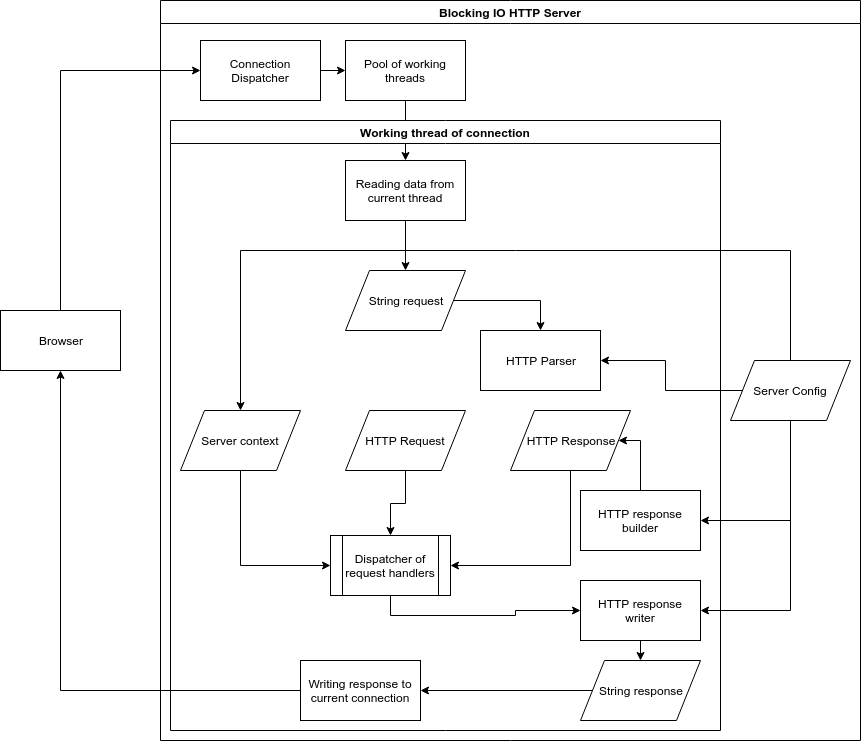
The draw.io diagram server_sheme.png in evgeniystavrov/SimpleHTTPServer, before a commit. Source tidied: cells renumbered, new cells last; positions are measured from the earlier drawing's top-left corner, leaving out a move shared by most shapes.
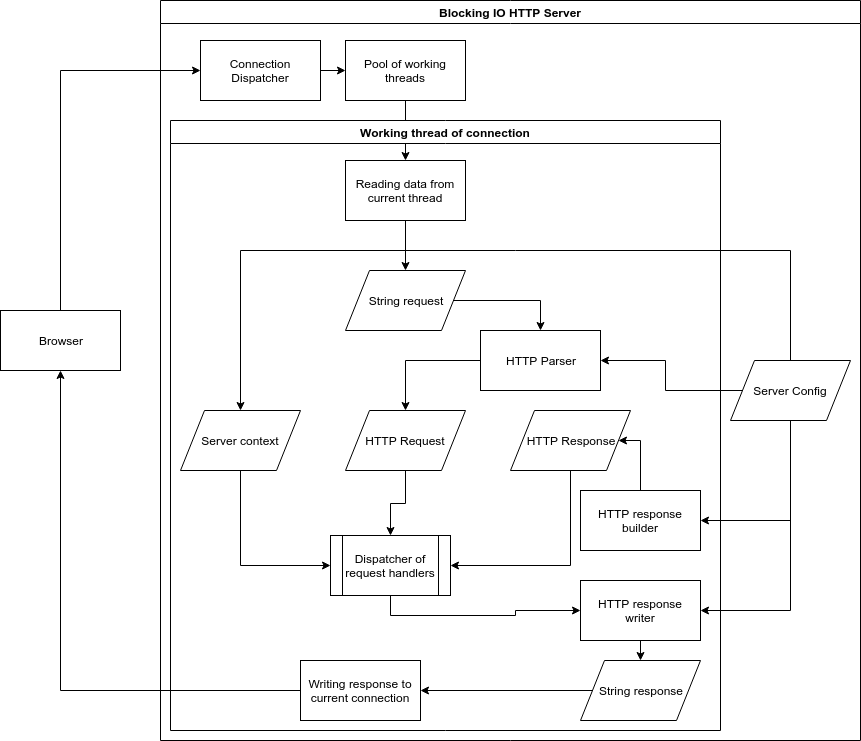
After the commit.

Diff of the diagram source:
```diff
@@ -38,6 +38,9 @@
     <mxCell id="13" value="String request" style="shape=parallelogram;perimeter=parallelogramPerimeter;whiteSpace=wrap;html=1;" parent="9" vertex="1">
       <mxGeometry x="175" y="150" width="120" height="60" as="geometry" />
     </mxCell>
+    <mxCell id="36" style="edgeStyle=orthogonalEdgeStyle;rounded=0;jettySize=auto;html=1;exitX=0;exitY=0.5;exitDx=0;exitDy=0;entryX=0.5;entryY=0;entryDx=0;entryDy=0;" parent="9" edge="1" source="14" target="18">
+      <mxGeometry relative="1" as="geometry" />
+    </mxCell>
     <mxCell id="14" value="HTTP Parser" style="rounded=0;whiteSpace=wrap;html=1;" parent="9" vertex="1">
       <mxGeometry x="310" y="210" width="120" height="60" as="geometry" />
     </mxCell>
```
